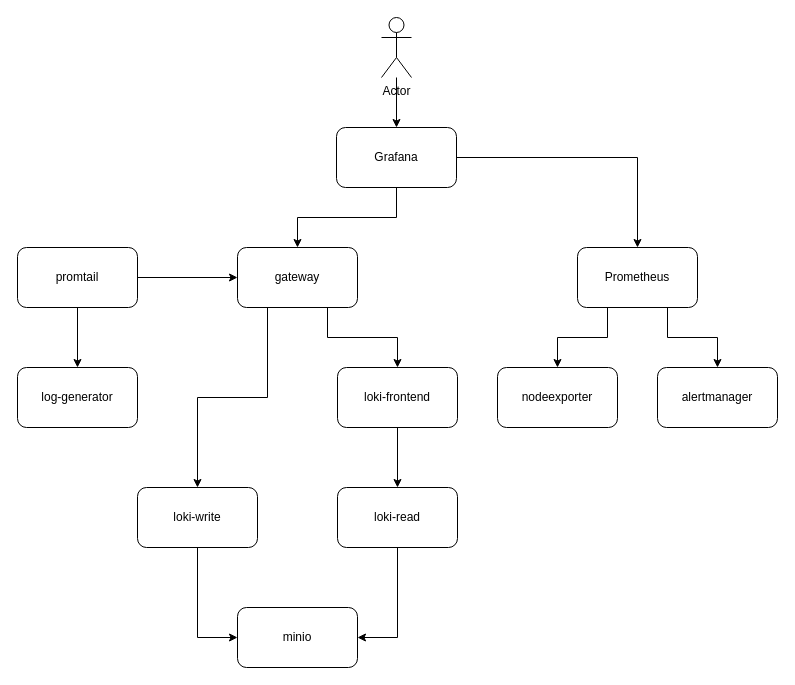
Earlier version of the draw.io diagram docu/grafana-suite.drawio (mdiazn80/grafana-suite-docker-compose). Source tidied: cells renumbered, new cells numbered last; positions are measured from the earlier drawing's top-left corner, leaving out a move shared by most shapes. Both pictures are drawn from the tidied source at 100%, with x=0, y=0 at pixel (17, 17).
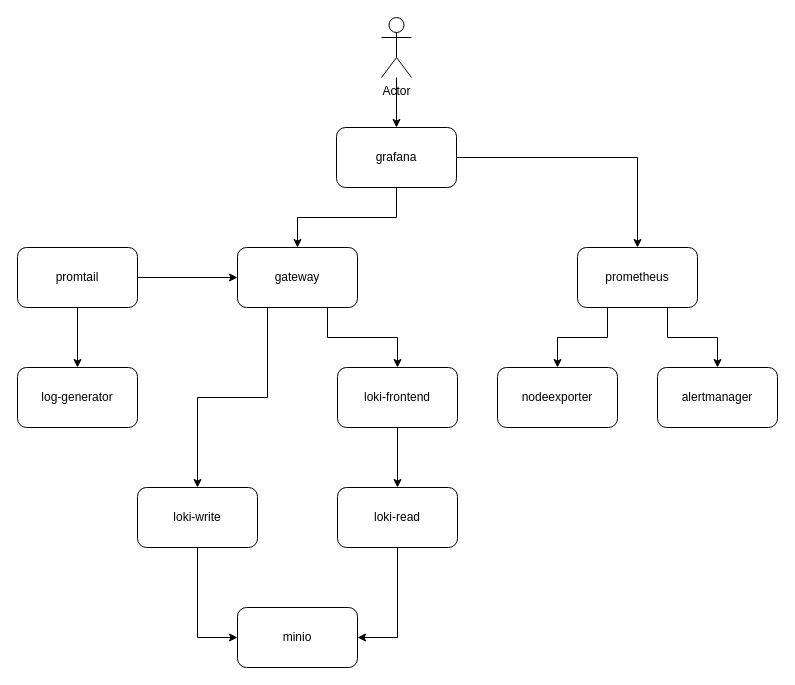
After the change.

Change to the diagram source:
```diff
@@
-    <mxCell id="4" value="Grafana" style="rounded=1;whiteSpace=wrap;html=1;" parent="1" vertex="1">
+    <mxCell id="4" value="grafana" style="rounded=1;whiteSpace=wrap;html=1;" parent="1" vertex="1">
       <mxGeometry x="319" y="110" width="120" height="60" as="geometry" />
     </mxCell>
@@
-    <mxCell id="7" value="Prometheus" style="rounded=1;whiteSpace=wrap;html=1;" parent="1" vertex="1">
+    <mxCell id="7" value="prometheus" style="rounded=1;whiteSpace=wrap;html=1;" parent="1" vertex="1">
       <mxGeometry x="560" y="230" width="120" height="60" as="geometry" />
     </mxCell>
```
